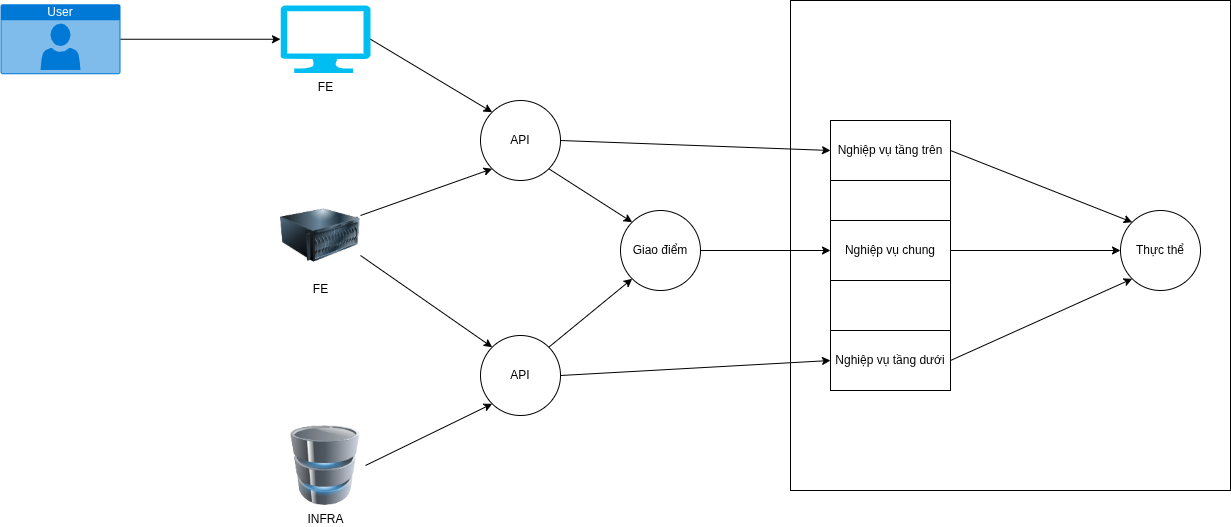
The draw.io diagram assets/architecture.drawio.png in CNVN2024-2-Boiz/IE104, before a commit. Source tidied: cells renumbered, new cells last; positions are measured from the earlier drawing's top-left corner, leaving out a move shared by most shapes.
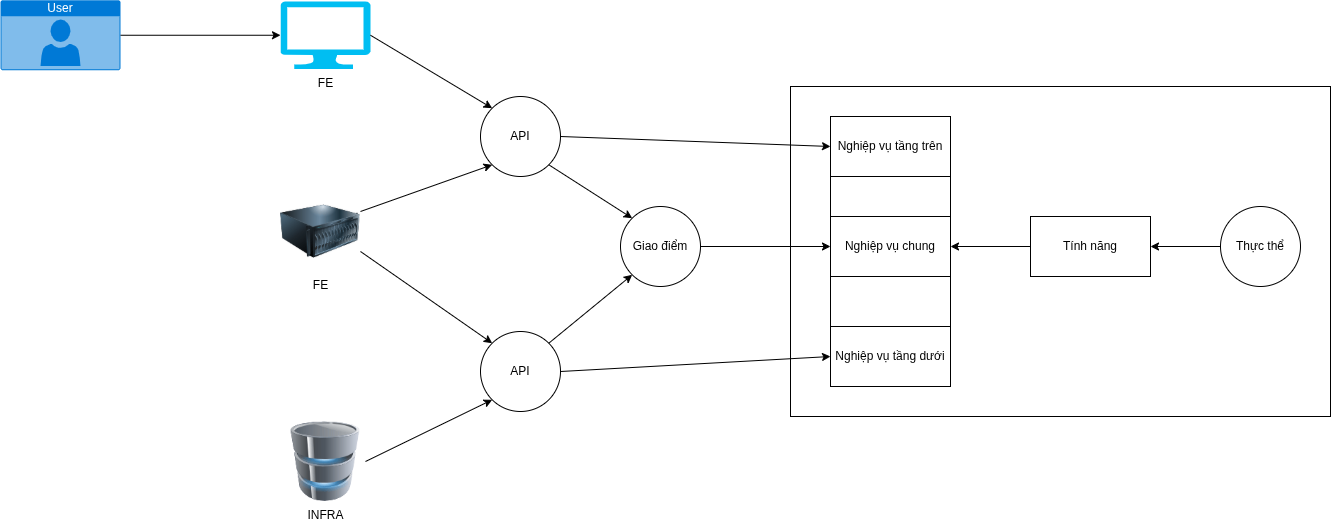
After the commit.

Change to the diagram source:
```diff
@@ -3,7 +3,7 @@
     <mxCell id="0" />
     <mxCell id="1" parent="0" />
     <mxCell id="2" style="rounded=0;whiteSpace=wrap;html=1;" parent="1" vertex="1">
-      <mxGeometry x="790" width="440" height="490" as="geometry" />
+      <mxGeometry x="790" y="90" width="540" height="330" as="geometry" />
     </mxCell>
     <mxCell id="3" value="User" style="html=1;whiteSpace=wrap;strokeColor=none;fillColor=#0079D6;labelPosition=center;verticalLabelPosition=middle;verticalAlign=top;align=center;fontSize=12;outlineConnect=0;spacingTop=-6;fontColor=#FFFFFF;sketch=0;shape=mxgraph.sitemap.user;" parent="1" vertex="1">
       <mxGeometry y="3.8" width="120" height="70" as="geometry" />
@@ -72,16 +72,16 @@
       <mxGeometry relative="1" as="geometry" />
     </mxCell>
     <mxCell id="25" value="Thực thể" style="ellipse;whiteSpace=wrap;html=1;" parent="1" vertex="1">
-      <mxGeometry x="1120" y="210" width="80" height="80" as="geometry" />
+      <mxGeometry x="1220" y="210" width="80" height="80" as="geometry" />
     </mxCell>
-    <mxCell id="26" style="endArrow=classic;html=1;rounded=0;entryX=0;entryY=0;entryDx=0;entryDy=0;exitX=1;exitY=0.5;exitDx=0;exitDy=0;" parent="1" edge="1" source="9" target="25">
-      <mxGeometry relative="1" as="geometry" />
-    </mxCell>
-    <mxCell id="27" style="endArrow=classic;html=1;rounded=0;entryX=0;entryY=0.5;entryDx=0;entryDy=0;exitX=1;exitY=0.5;exitDx=0;exitDy=0;" parent="1" edge="1" source="10" target="25">
-      <mxGeometry relative="1" as="geometry" />
-    </mxCell>
-    <mxCell id="28" style="endArrow=classic;html=1;rounded=0;entryX=0;entryY=1;entryDx=0;entryDy=0;exitX=1;exitY=0.5;exitDx=0;exitDy=0;" parent="1" edge="1" source="11" target="25">
-      <mxGeometry relative="1" as="geometry" />
-    </mxCell>
+    <mxCell id="29" value="Tính năng" style="rounded=0;whiteSpace=wrap;html=1;" parent="1" vertex="1">
+      <mxGeometry x="1030" y="220" width="120" height="60" as="geometry" />
+    </mxCell>
+    <mxCell id="30" style="endArrow=classic;html=1;rounded=0;exitX=0;exitY=0.5;exitDx=0;exitDy=0;entryX=1;entryY=0.5;entryDx=0;entryDy=0;" parent="1" edge="1" source="25" target="29">
+      <mxGeometry relative="1" as="geometry" />
+    </mxCell>
+    <mxCell id="31" style="endArrow=classic;html=1;rounded=0;exitX=0;exitY=0.5;exitDx=0;exitDy=0;entryX=1;entryY=0.5;entryDx=0;entryDy=0;" parent="1" edge="1" source="29" target="10">
+      <mxGeometry relative="1" as="geometry" />
+    </mxCell>
   </root>
 </mxGraphModel>
```
